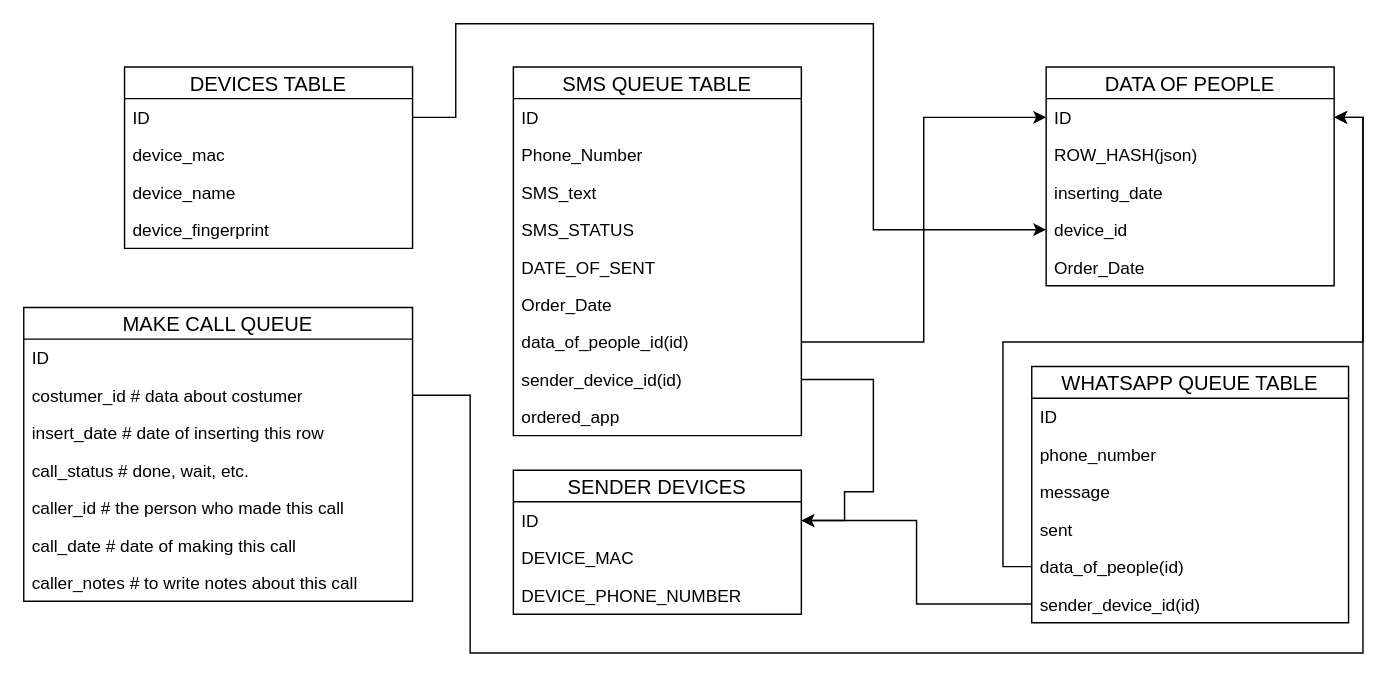
Above: page "tables on server" (5 of 5) of CustomerReminderDiagram.drawio in ahmadtechnik/CustomerReminder (draw.io), before the change. Source tidied: cells renumbered, new cells numbered last; positions are measured from the earlier drawing's top-left corner, leaving out a move shared by most shapes. Both pictures are drawn from the tidied source at 144%, with x=0, y=0 at pixel (23, 23).
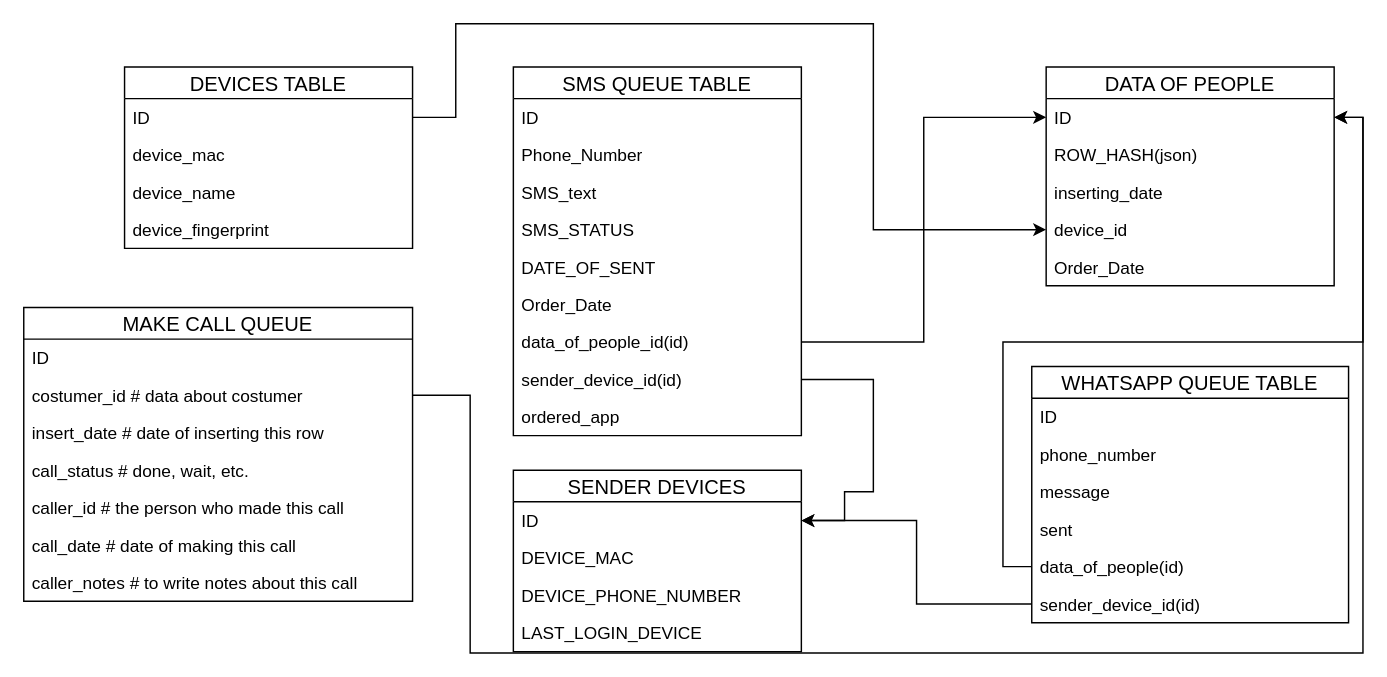
The same diagram, later.

The edit, as a diff of the source:
```diff
@@
     <mxCell id="25" value="SENDER DEVICES" style="swimlane;fontStyle=0;horizontal=1;startSize=22;fillColor=none;swimlaneFillColor=#ffffff;align=center;fontSize=14;" parent="1" vertex="1">
-      <mxGeometry x="340" y="310" width="200" height="100" as="geometry" />
+      <mxGeometry x="340" y="310" width="200" height="126" as="geometry" />
     </mxCell>
@@
+    <mxCell id="48" value="LAST_LOGIN_DEVICE" style="text;strokeColor=none;fillColor=none;spacingLeft=4;spacingRight=4;overflow=hidden;fontSize=12;" parent="25" vertex="1">
+      <mxGeometry y="100" width="200" height="26" as="geometry" />
+    </mxCell>
```
